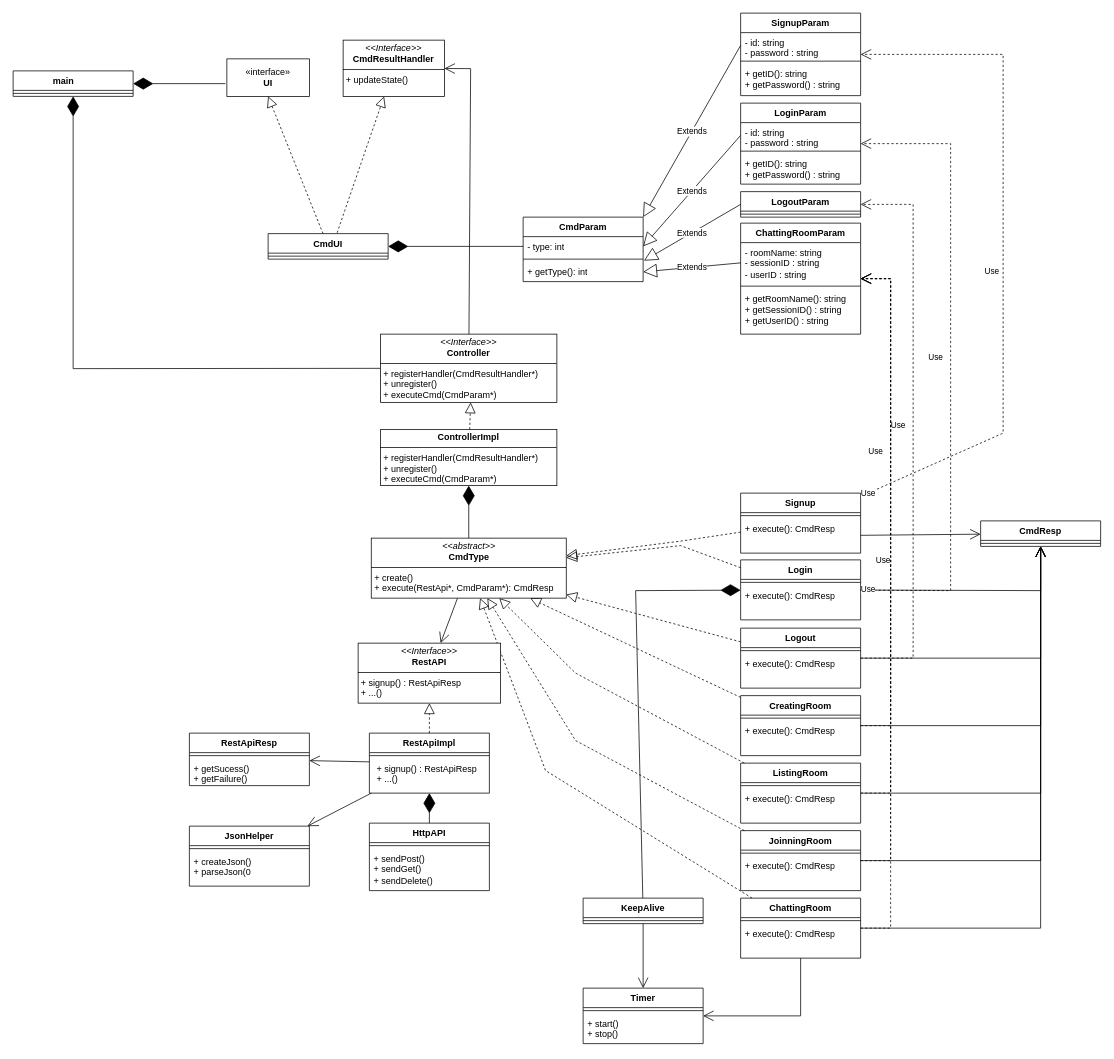
This is class_layout.drawio from 2JuneKim/TeamProject, a draw.io file, before an edit. Source tidied: cells renumbered, new cells numbered last; positions are measured from the earlier drawing's top-left corner, leaving out a move shared by most shapes. Both pictures are drawn from the tidied source at 75%, with x=0, y=0 at pixel (13, 13).
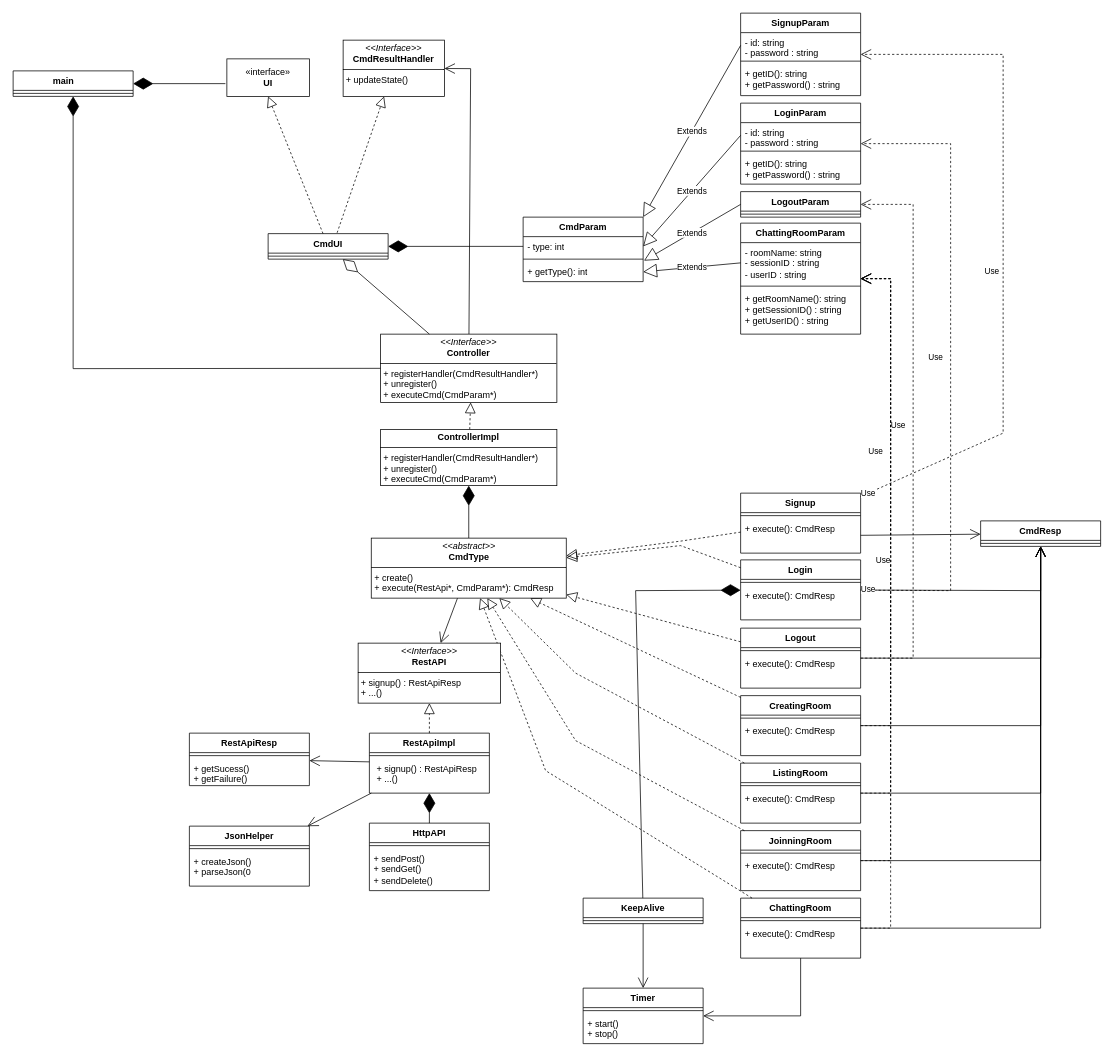
Above is the later version.

Unchanged cells that the change refers to:
```xml
<mxCell id="5" value="CmdUI" style="swimlane;fontStyle=1;align=center;verticalAlign=top;horizontal=1;startSize=26;whiteSpace=wrap;html=1;" parent="1" vertex="1">
  <mxGeometry x="340" y="294" width="160" height="34" as="geometry" />
</mxCell>
<mxCell id="107" value="&lt;p style=&quot;margin:0px;margin-top:4px;text-align:center;&quot;&gt;&lt;i&gt;&amp;lt;&amp;lt;Interface&amp;gt;&amp;gt;&lt;/i&gt;&lt;br&gt;&lt;b&gt;Controller&lt;/b&gt;&lt;/p&gt;&lt;hr size=&quot;1&quot; style=&quot;border-style:solid;&quot;&gt;&lt;p style=&quot;margin:0px;margin-left:4px;&quot;&gt;+ registerHandler(CmdResultHandler*)&lt;br&gt;+ unregister()&lt;/p&gt;&lt;p style=&quot;margin:0px;margin-left:4px;&quot;&gt;+ executeCmd(CmdParam*)&lt;/p&gt;" style="verticalAlign=top;align=left;overflow=fill;html=1;whiteSpace=wrap;" parent="1" vertex="1">
  <mxGeometry x="490" y="428" width="235" height="91" as="geometry" />
</mxCell>
```

Diff of the diagram source:
```diff
@@
+    <mxCell id="111" style="endArrow=diamondThin;endFill=0;endSize=24;html=1;rounded=0;" parent="1" edge="1" source="107" target="5">
+      <mxGeometry relative="1" as="geometry" />
+    </mxCell>
```
